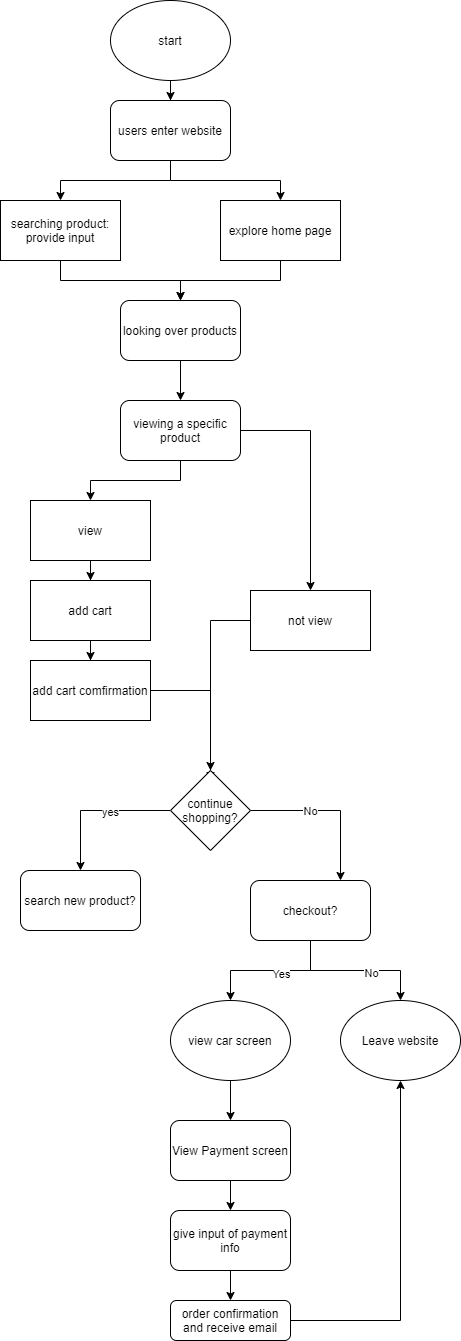
Before: explore/diagramming/disgram.drawio.png, a diagram exported from draw.io (celiaxiao/fa21-cse110-lab4). Source tidied: cells renumbered, new cells last; positions are measured from the earlier drawing's top-left corner, leaving out a move shared by most shapes.
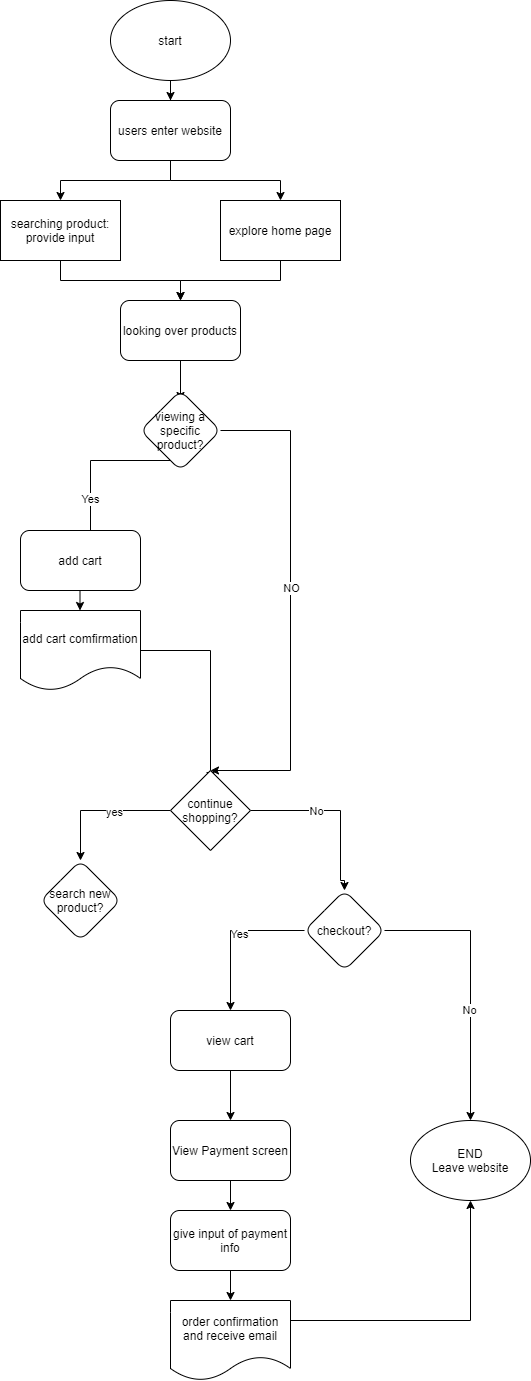
The same file after the commit.

Diff of the diagram source:
```diff
@@ -29,59 +29,57 @@
     <mxCell id="10" value="explore home page" style="rounded=0;whiteSpace=wrap;html=1;" parent="1" vertex="1">
       <mxGeometry x="220" y="200" width="120" height="60" as="geometry" />
     </mxCell>
-    <mxCell id="11" style="edgeStyle=orthogonalEdgeStyle;rounded=0;jettySize=auto;html=1;" parent="1" edge="1" source="12" target="15">
-      <mxGeometry relative="1" as="geometry" />
+    <mxCell id="11" style="edgeStyle=orthogonalEdgeStyle;rounded=0;jettySize=auto;html=1;" parent="1" edge="1" source="12">
+      <mxGeometry relative="1" as="geometry">
+        <mxPoint x="180" y="400" as="targetPoint" />
+      </mxGeometry>
     </mxCell>
     <mxCell id="12" value="looking over products" style="rounded=1;whiteSpace=wrap;html=1;" parent="1" vertex="1">
       <mxGeometry x="120" y="300" width="120" height="60" as="geometry" />
     </mxCell>
-    <mxCell id="13" style="edgeStyle=orthogonalEdgeStyle;rounded=0;jettySize=auto;html=1;entryX=0.5;entryY=0;entryDx=0;entryDy=0;" parent="1" edge="1" source="15" target="19">
-      <mxGeometry relative="1" as="geometry" />
+    <mxCell id="13" style="edgeStyle=orthogonalEdgeStyle;rounded=0;orthogonalLoop=1;jettySize=auto;html=1;entryX=0.5;entryY=0;entryDx=0;entryDy=0;" parent="1" edge="1">
+      <mxGeometry relative="1" as="geometry">
+        <mxPoint x="180" y="460" as="sourcePoint" />
+        <mxPoint x="90" y="580" as="targetPoint" />
+      </mxGeometry>
     </mxCell>
-    <mxCell id="14" style="edgeStyle=orthogonalEdgeStyle;rounded=0;jettySize=auto;html=1;" parent="1" edge="1" source="15" target="17">
-      <mxGeometry relative="1" as="geometry" />
-    </mxCell>
-    <mxCell id="15" value="viewing a specific product" style="rounded=1;whiteSpace=wrap;html=1;" parent="1" vertex="1">
-      <mxGeometry x="120" y="400" width="120" height="60" as="geometry" />
-    </mxCell>
+    <mxCell id="44" value="Yes" style="edgeLabel;html=1;align=center;verticalAlign=middle;" parent="13" vertex="1">
+      <mxGeometry x="0.22" y="-1" relative="1" as="geometry" />
+    </mxCell>
-    <mxCell id="16" style="edgeStyle=orthogonalEdgeStyle;rounded=0;jettySize=auto;html=1;" parent="1" edge="1" source="17">
+    <mxCell id="16" style="edgeStyle=orthogonalEdgeStyle;rounded=0;jettySize=auto;html=1;exitX=1;exitY=0.5;exitDx=0;exitDy=0;" parent="1" edge="1" source="47">
       <mxGeometry relative="1" as="geometry">
         <mxPoint x="210" y="770" as="targetPoint" />
+        <Array as="points">
+          <mxPoint x="290" y="430" />
+          <mxPoint x="290" y="770" />
+        </Array>
       </mxGeometry>
     </mxCell>
-    <mxCell id="17" value="not view" style="rounded=0;whiteSpace=wrap;html=1;" parent="1" vertex="1">
-      <mxGeometry x="250" y="590" width="120" height="60" as="geometry" />
-    </mxCell>
-    <mxCell id="18" style="edgeStyle=orthogonalEdgeStyle;rounded=0;jettySize=auto;html=1;" parent="1" edge="1" source="19" target="21">
-      <mxGeometry relative="1" as="geometry" />
-    </mxCell>
-    <mxCell id="19" value="view" style="rounded=0;whiteSpace=wrap;html=1;" parent="1" vertex="1">
-      <mxGeometry x="30" y="500" width="120" height="60" as="geometry" />
-    </mxCell>
+    <mxCell id="45" value="NO" style="edgeLabel;html=1;align=center;verticalAlign=middle;" parent="16" vertex="1">
+      <mxGeometry x="-0.07" relative="1" as="geometry" />
+    </mxCell>
-    <mxCell id="20" style="edgeStyle=orthogonalEdgeStyle;rounded=0;jettySize=auto;html=1;" parent="1" edge="1" source="21" target="23">
-      <mxGeometry relative="1" as="geometry" />
+    <mxCell id="20" style="edgeStyle=orthogonalEdgeStyle;rounded=0;orthogonalLoop=1;jettySize=auto;html=1;" parent="1" edge="1">
+      <mxGeometry relative="1" as="geometry">
+        <mxPoint x="79.5" y="590" as="sourcePoint" />
+        <mxPoint x="79.5" y="610" as="targetPoint" />
+      </mxGeometry>
     </mxCell>
-    <mxCell id="21" value="add cart" style="rounded=0;whiteSpace=wrap;html=1;" parent="1" vertex="1">
-      <mxGeometry x="30" y="580" width="120" height="60" as="geometry" />
-    </mxCell>
-    <mxCell id="22" style="edgeStyle=orthogonalEdgeStyle;rounded=0;jettySize=auto;html=1;" parent="1" edge="1" source="23">
+    <mxCell id="22" style="edgeStyle=orthogonalEdgeStyle;rounded=0;jettySize=auto;html=1;exitX=1;exitY=0.5;exitDx=0;exitDy=0;" parent="1" edge="1" source="23">
       <mxGeometry relative="1" as="geometry">
         <mxPoint x="210" y="780" as="targetPoint" />
       </mxGeometry>
     </mxCell>
-    <mxCell id="23" value="add cart comfirmation" style="rounded=0;whiteSpace=wrap;html=1;" parent="1" vertex="1">
-      <mxGeometry x="30" y="660" width="120" height="60" as="geometry" />
-    </mxCell>
     <mxCell id="24" style="edgeStyle=orthogonalEdgeStyle;rounded=0;jettySize=auto;html=1;entryX=0.5;entryY=0;entryDx=0;entryDy=0;" parent="1" edge="1" source="28" target="29">
       <mxGeometry relative="1" as="geometry" />
     </mxCell>
     <mxCell id="25" value="yes" style="edgeLabel;html=1;align=center;verticalAlign=middle;" parent="24" vertex="1">
       <mxGeometry x="-0.19" y="1" relative="1" as="geometry" />
     </mxCell>
-    <mxCell id="26" style="edgeStyle=orthogonalEdgeStyle;rounded=0;jettySize=auto;html=1;entryX=0.75;entryY=0;entryDx=0;entryDy=0;exitX=1;exitY=0.5;exitDx=0;exitDy=0;" parent="1" edge="1" source="28" target="34">
+    <mxCell id="26" style="edgeStyle=orthogonalEdgeStyle;rounded=0;jettySize=auto;html=1;entryX=0.5;entryY=0;entryDx=0;entryDy=0;exitX=1;exitY=0.5;exitDx=0;exitDy=0;" parent="1" edge="1" source="28" target="34">
       <mxGeometry relative="1" as="geometry">
         <Array as="points">
           <mxPoint x="340" y="810" />
+          <mxPoint x="340" y="880" />
         </Array>
       </mxGeometry>
     </mxCell>
@@ -91,32 +89,23 @@
     <mxCell id="28" value="continue shopping?" style="rhombus;whiteSpace=wrap;html=1;" parent="1" vertex="1">
       <mxGeometry x="170" y="770" width="80" height="80" as="geometry" />
     </mxCell>
-    <mxCell id="29" value="search new product?" style="rounded=1;whiteSpace=wrap;html=1;" parent="1" vertex="1">
-      <mxGeometry x="20" y="870" width="120" height="60" as="geometry" />
-    </mxCell>
-    <mxCell id="30" style="edgeStyle=orthogonalEdgeStyle;rounded=0;jettySize=auto;html=1;" parent="1" edge="1" source="34" target="36">
+    <mxCell id="30" style="edgeStyle=orthogonalEdgeStyle;rounded=0;jettySize=auto;html=1;entryX=0.5;entryY=0;entryDx=0;entryDy=0;exitX=0;exitY=0.5;exitDx=0;exitDy=0;" parent="1" edge="1" source="34" target="46">
       <mxGeometry relative="1" as="geometry" />
     </mxCell>
     <mxCell id="31" value="Yes" style="edgeLabel;html=1;align=center;verticalAlign=middle;" parent="30" vertex="1">
       <mxGeometry x="-0.15" y="3" relative="1" as="geometry" />
     </mxCell>
-    <mxCell id="32" style="edgeStyle=orthogonalEdgeStyle;rounded=0;jettySize=auto;html=1;" parent="1" edge="1" source="34" target="37">
+    <mxCell id="32" style="edgeStyle=orthogonalEdgeStyle;rounded=0;jettySize=auto;html=1;exitX=1;exitY=0.5;exitDx=0;exitDy=0;" parent="1" edge="1" source="34" target="37">
       <mxGeometry relative="1" as="geometry" />
     </mxCell>
     <mxCell id="33" value="No" style="edgeLabel;html=1;align=center;verticalAlign=middle;" parent="32" vertex="1">
       <mxGeometry x="0.2" y="-2" relative="1" as="geometry" />
     </mxCell>
-    <mxCell id="34" value="checkout?" style="rounded=1;whiteSpace=wrap;html=1;" parent="1" vertex="1">
-      <mxGeometry x="250" y="880" width="120" height="60" as="geometry" />
-    </mxCell>
-    <mxCell id="35" style="edgeStyle=orthogonalEdgeStyle;rounded=0;jettySize=auto;html=1;" parent="1" edge="1" source="36" target="39">
+    <mxCell id="35" style="edgeStyle=orthogonalEdgeStyle;rounded=0;jettySize=auto;html=1;exitX=0.5;exitY=1;exitDx=0;exitDy=0;" parent="1" edge="1" source="46" target="39">
       <mxGeometry relative="1" as="geometry" />
     </mxCell>
-    <mxCell id="36" value="view car screen" style="ellipse;whiteSpace=wrap;html=1;" parent="1" vertex="1">
-      <mxGeometry x="170" y="1000" width="120" height="80" as="geometry" />
-    </mxCell>
-    <mxCell id="37" value="Leave website" style="ellipse;whiteSpace=wrap;html=1;" parent="1" vertex="1">
-      <mxGeometry x="340" y="1000" width="120" height="80" as="geometry" />
+    <mxCell id="37" value="END&lt;br&gt;Leave website" style="ellipse;whiteSpace=wrap;html=1;" parent="1" vertex="1">
+      <mxGeometry x="410" y="1120" width="120" height="80" as="geometry" />
     </mxCell>
     <mxCell id="38" style="edgeStyle=orthogonalEdgeStyle;rounded=0;jettySize=auto;html=1;" parent="1" edge="1" source="39" target="41">
       <mxGeometry relative="1" as="geometry" />
@@ -124,17 +113,39 @@
     <mxCell id="39" value="View Payment screen" style="rounded=1;whiteSpace=wrap;html=1;" parent="1" vertex="1">
       <mxGeometry x="170" y="1120" width="120" height="60" as="geometry" />
     </mxCell>
-    <mxCell id="40" style="edgeStyle=orthogonalEdgeStyle;rounded=0;jettySize=auto;html=1;" parent="1" edge="1" source="41" target="43">
-      <mxGeometry relative="1" as="geometry" />
+    <mxCell id="40" style="edgeStyle=orthogonalEdgeStyle;rounded=0;jettySize=auto;html=1;" parent="1" edge="1" source="41">
+      <mxGeometry relative="1" as="geometry">
+        <mxPoint x="230" y="1300" as="targetPoint" />
+      </mxGeometry>
     </mxCell>
     <mxCell id="41" value="give input of payment info" style="rounded=1;whiteSpace=wrap;html=1;" parent="1" vertex="1">
       <mxGeometry x="170" y="1210" width="120" height="60" as="geometry" />
     </mxCell>
-    <mxCell id="42" style="edgeStyle=orthogonalEdgeStyle;rounded=0;jettySize=auto;html=1;entryX=0.5;entryY=1;entryDx=0;entryDy=0;" parent="1" edge="1" source="43" target="37">
-      <mxGeometry relative="1" as="geometry" />
+    <mxCell id="42" style="edgeStyle=orthogonalEdgeStyle;rounded=0;jettySize=auto;html=1;entryX=0.5;entryY=1;entryDx=0;entryDy=0;" parent="1" edge="1" target="37">
+      <mxGeometry relative="1" as="geometry">
+        <mxPoint x="290" y="1320" as="sourcePoint" />
+      </mxGeometry>
     </mxCell>
+    <mxCell id="46" value="view cart" style="rounded=1;whiteSpace=wrap;html=1;" parent="1" vertex="1">
+      <mxGeometry x="170" y="1010" width="120" height="60" as="geometry" />
+    </mxCell>
+    <mxCell id="29" value="&lt;span&gt;search new product?&lt;/span&gt;" style="rhombus;whiteSpace=wrap;html=1;rounded=1;" parent="1" vertex="1">
+      <mxGeometry x="40" y="860" width="80" height="80" as="geometry" />
+    </mxCell>
+    <mxCell id="34" value="checkout?" style="rhombus;whiteSpace=wrap;html=1;rounded=1;" parent="1" vertex="1">
+      <mxGeometry x="304" y="890" width="80" height="80" as="geometry" />
+    </mxCell>
+    <mxCell id="47" value="&lt;span&gt;viewing a specific product?&lt;/span&gt;" style="rhombus;whiteSpace=wrap;html=1;rounded=1;" parent="1" vertex="1">
+      <mxGeometry x="140" y="390" width="80" height="80" as="geometry" />
+    </mxCell>
+    <mxCell id="21" value="add cart" style="rounded=1;whiteSpace=wrap;html=1;" parent="1" vertex="1">
+      <mxGeometry x="20" y="530" width="120" height="60" as="geometry" />
+    </mxCell>
+    <mxCell id="23" value="&lt;span&gt;add cart comfirmation&lt;/span&gt;" style="shape=document;whiteSpace=wrap;html=1;boundedLbl=1;rounded=1;" parent="1" vertex="1">
+      <mxGeometry x="20" y="610" width="120" height="80" as="geometry" />
+    </mxCell>
-    <mxCell id="43" value="order confirmation and receive email" style="rounded=1;whiteSpace=wrap;html=1;" parent="1" vertex="1">
-      <mxGeometry x="170" y="1300" width="120" height="40" as="geometry" />
+    <mxCell id="43" value="&lt;span&gt;order confirmation and receive email&lt;/span&gt;" style="shape=document;whiteSpace=wrap;html=1;boundedLbl=1;rounded=1;" parent="1" vertex="1">
+      <mxGeometry x="170" y="1300" width="120" height="80" as="geometry" />
     </mxCell>
   </root>
 </mxGraphModel>
```
